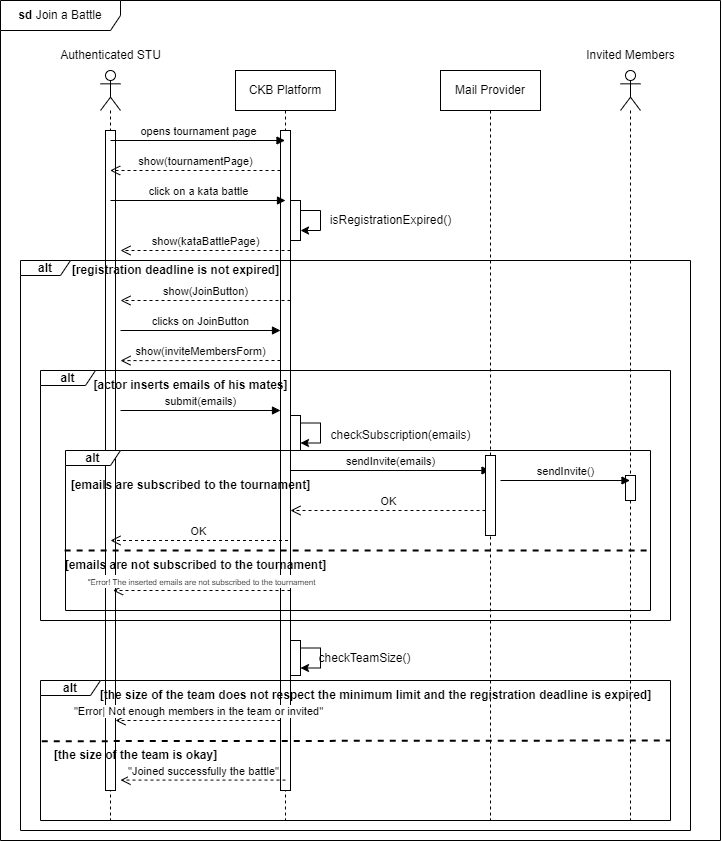
Above: RASD/images/sequence_diagrams/ClassDiagram-UC7-SequenceDiagram.png in pontig/sw-eng-2-PasiniPontiggiaStasi (draw.io), before the change. Source tidied: cells renumbered, new cells last; positions are measured from the earlier drawing's top-left corner, leaving out a move shared by most shapes.
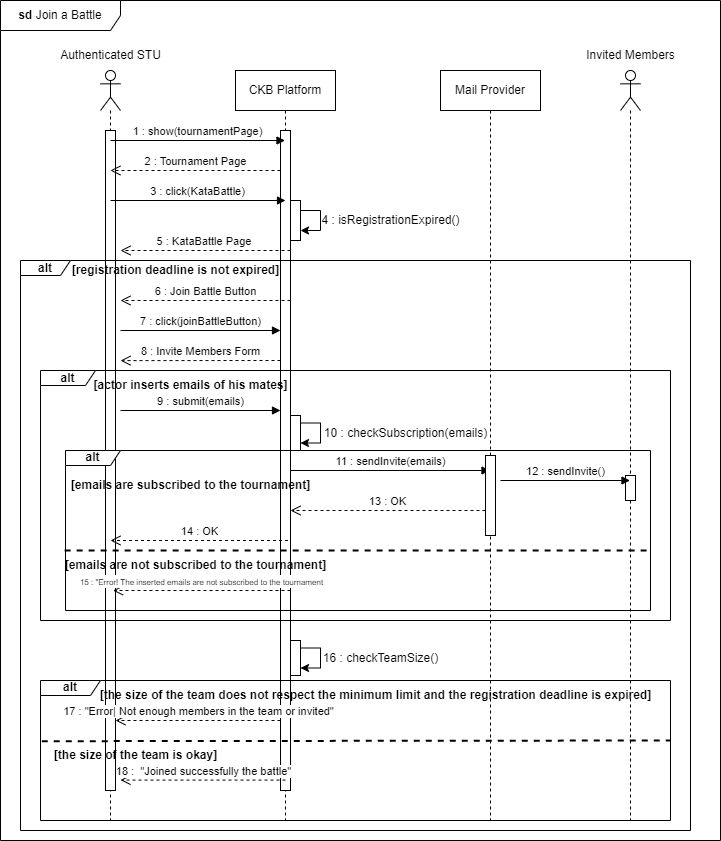
The same diagram one commit later.

Commit message:
fixed class diagram and sequence diagrams of my use cases

Diff of the diagram source:
```diff
@@ -29,24 +29,24 @@
     <mxCell id="10" value="Authenticated STU" style="text;html=1;align=center;verticalAlign=middle;strokeColor=none;fillColor=none;" parent="1" vertex="1">
       <mxGeometry x="50" y="40" width="120" height="30" as="geometry" />
     </mxCell>
-    <mxCell id="11" value="opens tournament page" style="html=1;verticalAlign=bottom;endArrow=block;curved=0;rounded=0;" parent="1" edge="1" target="3">
+    <mxCell id="11" value="1 : show(tournamentPage)" style="html=1;verticalAlign=bottom;endArrow=block;curved=0;rounded=0;" parent="1" edge="1" target="3">
       <mxGeometry relative="1" as="geometry">
         <mxPoint x="110" y="140" as="sourcePoint" />
       </mxGeometry>
     </mxCell>
-    <mxCell id="12" value="show(tournamentPage)" style="html=1;verticalAlign=bottom;endArrow=open;dashed=1;endSize=8;curved=0;rounded=0;" parent="1" edge="1" target="7">
+    <mxCell id="12" value="2 : Tournament Page" style="html=1;verticalAlign=bottom;endArrow=open;dashed=1;endSize=8;curved=0;rounded=0;" parent="1" edge="1" target="7">
       <mxGeometry relative="1" as="geometry">
         <mxPoint x="280" y="170" as="sourcePoint" />
       </mxGeometry>
     </mxCell>
-    <mxCell id="13" value="click on a kata battle" style="html=1;verticalAlign=bottom;endArrow=block;curved=0;rounded=0;" parent="1" edge="1">
+    <mxCell id="13" value="3 : click(KataBattle)" style="html=1;verticalAlign=bottom;endArrow=block;curved=0;rounded=0;" parent="1" edge="1">
       <mxGeometry relative="1" as="geometry">
         <mxPoint x="110" y="200" as="sourcePoint" />
         <mxPoint x="285" y="200" as="targetPoint" />
       </mxGeometry>
     </mxCell>
-    <mxCell id="14" value="isRegistrationExpired()" style="text;html=1;align=center;verticalAlign=middle;strokeColor=none;fillColor=none;" parent="1" vertex="1">
-      <mxGeometry x="320" y="205" width="140" height="30" as="geometry" />
+    <mxCell id="14" value="4 : isRegistrationExpired()" style="text;html=1;align=center;verticalAlign=middle;strokeColor=none;fillColor=none;" parent="1" vertex="1">
+      <mxGeometry x="310" y="205" width="160" height="30" as="geometry" />
     </mxCell>
     <mxCell id="15" value="&lt;b&gt;alt&lt;/b&gt;" style="shape=umlFrame;whiteSpace=wrap;html=1;width=50;height=15;" parent="1" vertex="1">
       <mxGeometry x="20" y="260" width="670" height="570" as="geometry" />
@@ -54,24 +54,24 @@
     <mxCell id="16" value="&lt;b&gt;[registration deadline is not expired]&lt;/b&gt;" style="text;html=1;align=center;verticalAlign=middle;strokeColor=none;fillColor=none;" parent="1" vertex="1">
       <mxGeometry x="60" y="255" width="230" height="30" as="geometry" />
     </mxCell>
-    <mxCell id="17" value="show(kataBattlePage)" style="html=1;verticalAlign=bottom;endArrow=open;dashed=1;endSize=8;curved=0;rounded=0;" parent="1" edge="1">
+    <mxCell id="17" value="5 : KataBattle Page&amp;nbsp;" style="html=1;verticalAlign=bottom;endArrow=open;dashed=1;endSize=8;curved=0;rounded=0;" parent="1" edge="1">
       <mxGeometry relative="1" as="geometry">
         <mxPoint x="290" y="250" as="sourcePoint" />
         <mxPoint x="120" y="250" as="targetPoint" />
       </mxGeometry>
     </mxCell>
-    <mxCell id="18" value="show(JoinButton)" style="html=1;verticalAlign=bottom;endArrow=open;dashed=1;endSize=8;curved=0;rounded=0;" parent="1" edge="1">
+    <mxCell id="18" value="6 : Join Battle Button" style="html=1;verticalAlign=bottom;endArrow=open;dashed=1;endSize=8;curved=0;rounded=0;" parent="1" edge="1">
       <mxGeometry relative="1" as="geometry">
         <mxPoint x="290" y="300" as="sourcePoint" />
         <mxPoint x="120" y="300" as="targetPoint" />
       </mxGeometry>
     </mxCell>
-    <mxCell id="19" value="clicks on JoinButton" style="html=1;verticalAlign=bottom;endArrow=block;curved=0;rounded=0;" parent="1" edge="1" target="4">
+    <mxCell id="19" value="7 : click(joinBattleButton)" style="html=1;verticalAlign=bottom;endArrow=block;curved=0;rounded=0;" parent="1" edge="1" target="4">
       <mxGeometry relative="1" as="geometry">
         <mxPoint x="120" y="330" as="sourcePoint" />
       </mxGeometry>
     </mxCell>
-    <mxCell id="20" value="show(inviteMembersForm)" style="html=1;verticalAlign=bottom;endArrow=open;dashed=1;endSize=8;curved=0;rounded=0;entryX=1.5;entryY=0.71;entryDx=0;entryDy=0;entryPerimeter=0;" parent="1" edge="1">
+    <mxCell id="20" value="8 : Invite Members Form" style="html=1;verticalAlign=bottom;endArrow=open;dashed=1;endSize=8;curved=0;rounded=0;entryX=1.5;entryY=0.71;entryDx=0;entryDy=0;entryPerimeter=0;" parent="1" edge="1">
       <mxGeometry relative="1" as="geometry">
         <mxPoint x="280" y="360" as="sourcePoint" />
         <mxPoint x="120" y="360.1" as="targetPoint" />
@@ -83,7 +83,7 @@
     <mxCell id="22" value="&lt;b&gt;[actor inserts emails of his mates]&lt;/b&gt;" style="text;html=1;align=center;verticalAlign=middle;strokeColor=none;fillColor=none;" parent="1" vertex="1">
       <mxGeometry x="80" y="370" width="220" height="30" as="geometry" />
     </mxCell>
-    <mxCell id="23" value="submit(emails)" style="html=1;verticalAlign=bottom;endArrow=block;curved=0;rounded=0;" parent="1" edge="1" target="4">
+    <mxCell id="23" value="9 : submit(emails)" style="html=1;verticalAlign=bottom;endArrow=block;curved=0;rounded=0;" parent="1" edge="1" target="4">
       <mxGeometry relative="1" as="geometry">
         <mxPoint x="120" y="410" as="sourcePoint" />
       </mxGeometry>
@@ -94,8 +94,8 @@
     <mxCell id="25" style="edgeStyle=orthogonalEdgeStyle;rounded=0;orthogonalLoop=1;jettySize=auto;html=1;curved=0;" parent="1" edge="1" source="24" target="24">
       <mxGeometry relative="1" as="geometry" />
     </mxCell>
-    <mxCell id="26" value="checkSubscription(emails)" style="text;html=1;align=center;verticalAlign=middle;strokeColor=none;fillColor=none;" parent="1" vertex="1">
-      <mxGeometry x="320" y="420" width="160" height="30" as="geometry" />
+    <mxCell id="26" value="10 : checkSubscription(emails)" style="text;html=1;align=center;verticalAlign=middle;strokeColor=none;fillColor=none;" parent="1" vertex="1">
+      <mxGeometry x="310" y="417.5" width="190" height="30" as="geometry" />
     </mxCell>
     <mxCell id="27" value="&lt;b&gt;alt&lt;/b&gt;" style="shape=umlFrame;whiteSpace=wrap;html=1;width=55;height=15;" parent="1" vertex="1">
       <mxGeometry x="65" y="450" width="585" height="160" as="geometry" />
@@ -103,7 +103,7 @@
     <mxCell id="28" value="&lt;b&gt;[emails are subscribed to the tournament]&lt;/b&gt;" style="text;html=1;align=center;verticalAlign=middle;strokeColor=none;fillColor=none;" parent="1" vertex="1">
       <mxGeometry x="60" y="470" width="260" height="30" as="geometry" />
     </mxCell>
-    <mxCell id="29" value="sendInvite(emails)" style="html=1;verticalAlign=bottom;endArrow=block;curved=0;rounded=0;" parent="1" edge="1" target="9">
+    <mxCell id="29" value="11 : sendInvite(emails)" style="html=1;verticalAlign=bottom;endArrow=block;curved=0;rounded=0;" parent="1" edge="1" target="9">
       <mxGeometry relative="1" as="geometry">
         <mxPoint x="290" y="470" as="sourcePoint" />
       </mxGeometry>
@@ -120,17 +120,17 @@
     <mxCell id="33" value="Invited Members" style="text;html=1;align=center;verticalAlign=middle;strokeColor=none;fillColor=none;" parent="1" vertex="1">
       <mxGeometry x="575" y="40" width="110" height="30" as="geometry" />
     </mxCell>
-    <mxCell id="34" value="sendInvite()" style="html=1;verticalAlign=bottom;endArrow=block;curved=0;rounded=0;" parent="1" edge="1" target="31">
+    <mxCell id="34" value="12 : sendInvite()" style="html=1;verticalAlign=bottom;endArrow=block;curved=0;rounded=0;" parent="1" edge="1" target="31">
       <mxGeometry relative="1" as="geometry">
         <mxPoint x="500" y="480" as="sourcePoint" />
       </mxGeometry>
     </mxCell>
-    <mxCell id="35" value="OK" style="html=1;verticalAlign=bottom;endArrow=open;dashed=1;endSize=8;curved=0;rounded=0;" parent="1" edge="1" target="4">
+    <mxCell id="35" value="13 : OK" style="html=1;verticalAlign=bottom;endArrow=open;dashed=1;endSize=8;curved=0;rounded=0;" parent="1" edge="1" target="4">
       <mxGeometry relative="1" as="geometry">
         <mxPoint x="485" y="510" as="sourcePoint" />
       </mxGeometry>
     </mxCell>
-    <mxCell id="36" value="OK" style="html=1;verticalAlign=bottom;endArrow=open;dashed=1;endSize=8;curved=0;rounded=0;" parent="1" edge="1">
+    <mxCell id="36" value="14 : OK" style="html=1;verticalAlign=bottom;endArrow=open;dashed=1;endSize=8;curved=0;rounded=0;" parent="1" edge="1">
       <mxGeometry relative="1" as="geometry">
         <mxPoint x="287.5" y="540" as="sourcePoint" />
         <mxPoint x="110" y="540" as="targetPoint" />
@@ -145,7 +145,7 @@
     <mxCell id="38" value="&lt;b&gt;[emails are not subscribed to the tournament]&lt;/b&gt;" style="text;html=1;align=center;verticalAlign=middle;strokeColor=none;fillColor=none;" parent="1" vertex="1">
       <mxGeometry x="55" y="550" width="280" height="30" as="geometry" />
     </mxCell>
-    <mxCell id="39" value="&lt;font style=&quot;font-size: 8px;&quot;&gt;&quot;Error! The inserted emails are not subscribed to the tournament&lt;/font&gt;" style="html=1;verticalAlign=bottom;endArrow=open;dashed=1;endSize=8;curved=0;rounded=0;" parent="1" edge="1">
+    <mxCell id="39" value="&lt;font style=&quot;font-size: 8px;&quot;&gt;15 : &quot;Error! The inserted emails are not subscribed to the tournament&lt;/font&gt;" style="html=1;verticalAlign=bottom;endArrow=open;dashed=1;endSize=8;curved=0;rounded=0;" parent="1" edge="1">
       <mxGeometry relative="1" as="geometry">
         <mxPoint x="290" y="590" as="sourcePoint" />
         <mxPoint x="112.5" y="590" as="targetPoint" />
@@ -157,8 +157,8 @@
     <mxCell id="41" style="edgeStyle=orthogonalEdgeStyle;rounded=0;orthogonalLoop=1;jettySize=auto;html=1;curved=0;" parent="1" edge="1" source="40" target="40">
       <mxGeometry relative="1" as="geometry" />
     </mxCell>
-    <mxCell id="42" value="checkTeamSize()" style="text;html=1;align=center;verticalAlign=middle;strokeColor=none;fillColor=none;" parent="1" vertex="1">
-      <mxGeometry x="304" y="642.5" width="120" height="30" as="geometry" />
+    <mxCell id="42" value="16 : checkTeamSize()" style="text;html=1;align=center;verticalAlign=middle;strokeColor=none;fillColor=none;" parent="1" vertex="1">
+      <mxGeometry x="310" y="642.5" width="140" height="30" as="geometry" />
     </mxCell>
     <mxCell id="43" value="&lt;b&gt;alt&lt;/b&gt;" style="shape=umlFrame;whiteSpace=wrap;html=1;width=60;height=15;" parent="1" vertex="1">
       <mxGeometry x="40" y="680" width="630" height="140" as="geometry" />
@@ -166,7 +166,7 @@
     <mxCell id="44" value="&lt;b&gt;[the size of the team does not respect the minimum limit and the registration deadline is expired]&lt;/b&gt;" style="text;html=1;align=center;verticalAlign=middle;strokeColor=none;fillColor=none;" parent="1" vertex="1">
       <mxGeometry x="90" y="680" width="570" height="30" as="geometry" />
     </mxCell>
-    <mxCell id="45" value="&quot;Error| Not enough members in the team or invited&quot;" style="html=1;verticalAlign=bottom;endArrow=open;dashed=1;endSize=8;curved=0;rounded=0;" parent="1" edge="1" target="8">
+    <mxCell id="45" value="17 : &quot;Error| Not enough members in the team or invited&quot;" style="html=1;verticalAlign=bottom;endArrow=open;dashed=1;endSize=8;curved=0;rounded=0;" parent="1" edge="1" target="8">
       <mxGeometry relative="1" as="geometry">
         <mxPoint x="280" y="720" as="sourcePoint" />
       </mxGeometry>
@@ -180,7 +180,7 @@
     <mxCell id="47" value="&lt;b&gt;[the size of the team is okay]&lt;/b&gt;" style="text;html=1;align=center;verticalAlign=middle;strokeColor=none;fillColor=none;" parent="1" vertex="1">
       <mxGeometry x="40" y="740" width="190" height="30" as="geometry" />
     </mxCell>
-    <mxCell id="48" value="&quot;Joined successfully the battle&quot;" style="html=1;verticalAlign=bottom;endArrow=open;dashed=1;endSize=8;curved=0;rounded=0;" parent="1" edge="1">
+    <mxCell id="48" value="18 :&amp;nbsp; &quot;Joined successfully the battle&quot;" style="html=1;verticalAlign=bottom;endArrow=open;dashed=1;endSize=8;curved=0;rounded=0;" parent="1" edge="1">
       <mxGeometry relative="1" as="geometry">
         <mxPoint x="285" y="779.6" as="sourcePoint" />
         <mxPoint x="120" y="779.6" as="targetPoint" />
```
